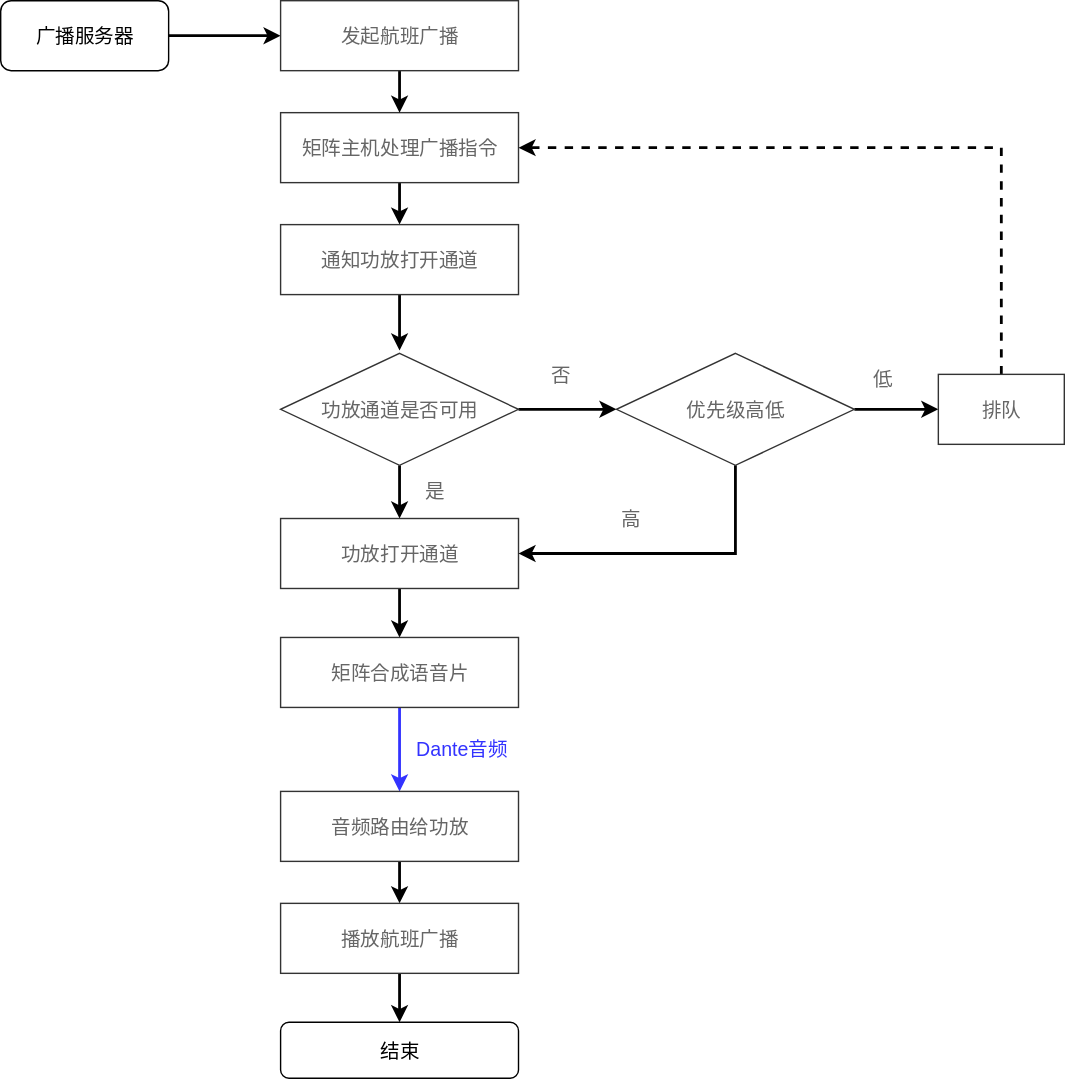
lisanpeng/draw keeps this draw.io diagram as 航班广播.svg. Above is the earlier version. Source tidied: cells renumbered, new cells last; positions are measured from the earlier drawing's top-left corner, leaving out a move shared by most shapes.
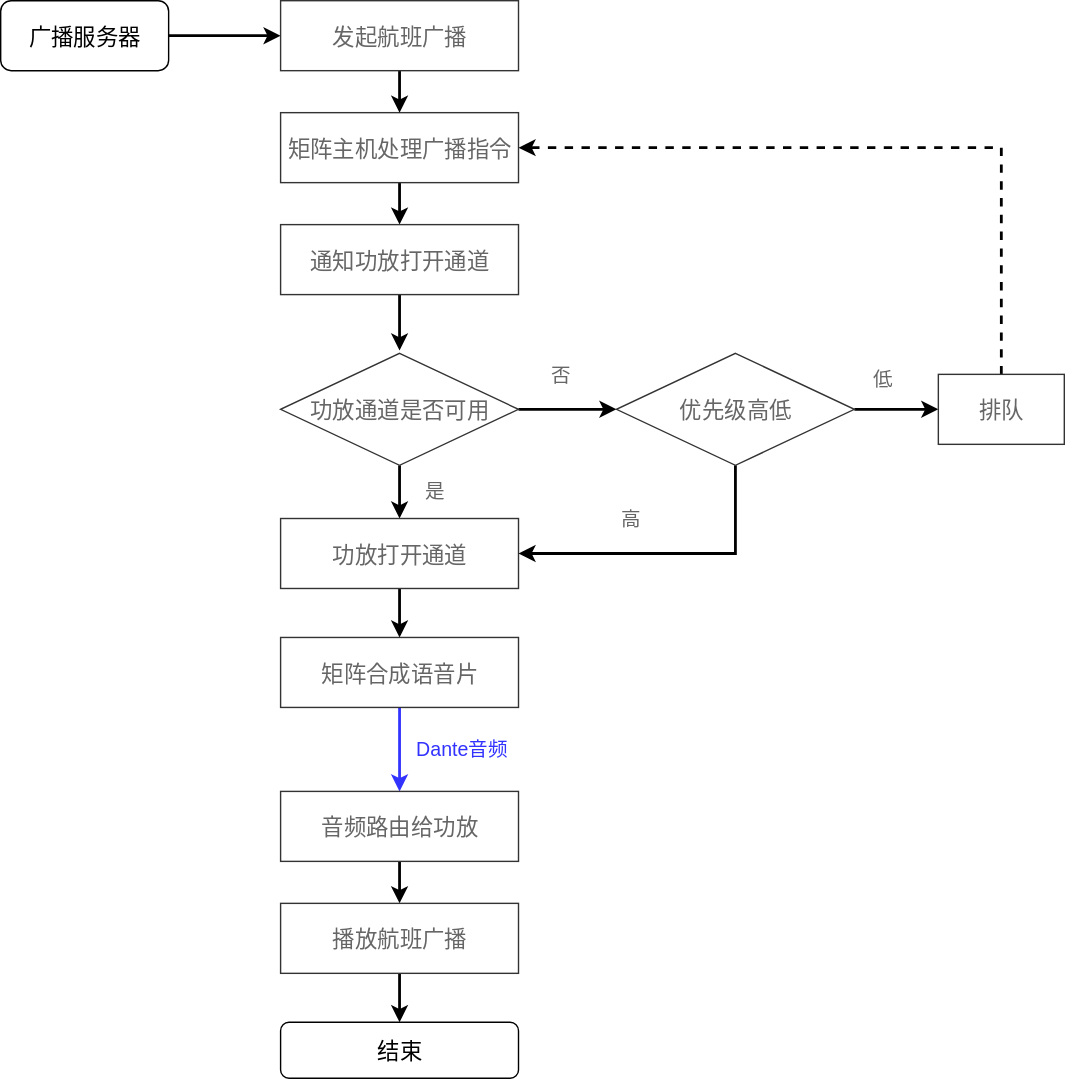
Above is the later version.

What changed in the source:
```diff
@@ -5,13 +5,13 @@
     <mxCell id="2" style="edgeStyle=orthogonalEdgeStyle;rounded=0;html=1;exitX=1;exitY=0.5;entryX=0;entryY=0.5;jettySize=auto;strokeColor=#000000;strokeWidth=2;fontFamily=Helvetica;fontSize=14;fontColor=#000000;" parent="1" edge="1" source="3" target="26">
       <mxGeometry relative="1" as="geometry" />
     </mxCell>
-    <mxCell id="3" value="广播服务器" style="rounded=1;whiteSpace=wrap;html=1;shadow=0;labelBackgroundColor=none;strokeColor=#000000;strokeWidth=1;fillColor=#ffffff;fontFamily=Helvetica;fontSize=14;fontColor=#000000;align=center;" parent="1" vertex="1">
+    <mxCell id="3" value="广播服务器" style="rounded=1;whiteSpace=wrap;html=1;shadow=0;labelBackgroundColor=none;strokeColor=#000000;strokeWidth=1;fillColor=#ffffff;fontFamily=Helvetica;fontSize=16;fontColor=#000000;align=center;" parent="1" vertex="1">
       <mxGeometry width="120" height="50" as="geometry" />
     </mxCell>
     <mxCell id="4" style="edgeStyle=orthogonalEdgeStyle;rounded=0;html=1;exitX=0.5;exitY=1;entryX=0.5;entryY=0;jettySize=auto;strokeColor=#000000;strokeWidth=2;fontFamily=Helvetica;fontSize=14;fontColor=#000000;" parent="1" edge="1" source="5" target="27">
       <mxGeometry relative="1" as="geometry" />
     </mxCell>
-    <mxCell id="5" value="矩阵主机处理广播指令" style="rounded=0;whiteSpace=wrap;html=1;strokeColor=#333333;strokeWidth=1;gradientColor=none;fontSize=14;fontColor=#666666;" parent="1" vertex="1">
+    <mxCell id="5" value="矩阵主机处理广播指令" style="rounded=0;whiteSpace=wrap;html=1;strokeColor=#333333;strokeWidth=1;gradientColor=none;fontSize=16;fontColor=#666666;" parent="1" vertex="1">
       <mxGeometry x="200" y="80" width="170" height="50" as="geometry" />
     </mxCell>
     <mxCell id="6" style="edgeStyle=orthogonalEdgeStyle;rounded=0;html=1;exitX=0.5;exitY=1;jettySize=auto;orthogonalLoop=1;strokeWidth=2;fontSize=14;fontColor=#666666;" parent="1" edge="1">
@@ -20,7 +20,7 @@
         <mxPoint x="285" y="250" as="targetPoint" />
       </mxGeometry>
     </mxCell>
-    <mxCell id="7" value="结束" style="rounded=1;whiteSpace=wrap;html=1;shadow=0;labelBackgroundColor=none;strokeColor=#000000;strokeWidth=1;fillColor=#ffffff;fontFamily=Helvetica;fontSize=14;fontColor=#000000;align=center;" parent="1" vertex="1">
+    <mxCell id="7" value="结束" style="rounded=1;whiteSpace=wrap;html=1;shadow=0;labelBackgroundColor=none;strokeColor=#000000;strokeWidth=1;fillColor=#ffffff;fontFamily=Helvetica;fontSize=16;fontColor=#000000;align=center;" parent="1" vertex="1">
       <mxGeometry x="200" y="730" width="170" height="40" as="geometry" />
     </mxCell>
     <mxCell id="8" style="edgeStyle=orthogonalEdgeStyle;rounded=0;html=1;exitX=1;exitY=0.5;jettySize=auto;strokeWidth=2;fontSize=14;fontColor=#666666;" parent="1" edge="1" source="10">
@@ -31,13 +31,13 @@
     <mxCell id="9" style="edgeStyle=orthogonalEdgeStyle;rounded=0;html=1;exitX=0.5;exitY=1;entryX=0.5;entryY=0;jettySize=auto;strokeWidth=2;fontFamily=Helvetica;fontSize=14;fontColor=#666666;" parent="1" edge="1" source="10" target="12">
       <mxGeometry relative="1" as="geometry" />
     </mxCell>
-    <mxCell id="10" value="功放通道是否可用" style="rhombus;whiteSpace=wrap;html=1;strokeColor=#333333;strokeWidth=1;gradientColor=none;fontSize=14;fontColor=#666666;" parent="1" vertex="1">
+    <mxCell id="10" value="功放通道是否可用" style="rhombus;whiteSpace=wrap;html=1;strokeColor=#333333;strokeWidth=1;gradientColor=none;fontSize=16;fontColor=#666666;" parent="1" vertex="1">
       <mxGeometry x="200" y="252" width="170" height="80" as="geometry" />
     </mxCell>
     <mxCell id="11" style="edgeStyle=orthogonalEdgeStyle;rounded=0;html=1;exitX=0.5;exitY=1;entryX=0.5;entryY=0;jettySize=auto;strokeWidth=2;fontFamily=Helvetica;fontSize=14;fontColor=#666666;" parent="1" edge="1" source="12" target="20">
       <mxGeometry relative="1" as="geometry" />
     </mxCell>
-    <mxCell id="12" value="功放打开通道" style="rounded=0;whiteSpace=wrap;html=1;strokeColor=#333333;strokeWidth=1;gradientColor=none;fontSize=14;fontColor=#666666;" parent="1" vertex="1">
+    <mxCell id="12" value="功放打开通道" style="rounded=0;whiteSpace=wrap;html=1;strokeColor=#333333;strokeWidth=1;gradientColor=none;fontSize=16;fontColor=#666666;" parent="1" vertex="1">
       <mxGeometry x="200" y="370" width="170" height="50" as="geometry" />
     </mxCell>
     <mxCell id="13" value="是" style="text;html=1;strokeColor=none;fillColor=none;align=center;verticalAlign=middle;whiteSpace=wrap;rounded=0;fontFamily=Helvetica;fontSize=14;fontColor=#666666;" parent="1" vertex="1">
@@ -54,7 +54,7 @@
         <mxPoint x="670" y="292" as="targetPoint" />
       </mxGeometry>
     </mxCell>
-    <mxCell id="17" value="优先级高低" style="rhombus;whiteSpace=wrap;html=1;strokeColor=#333333;strokeWidth=1;gradientColor=none;fontSize=14;fontColor=#666666;" parent="1" vertex="1">
+    <mxCell id="17" value="优先级高低" style="rhombus;whiteSpace=wrap;html=1;strokeColor=#333333;strokeWidth=1;gradientColor=none;fontSize=16;fontColor=#666666;" parent="1" vertex="1">
       <mxGeometry x="440" y="252" width="170" height="80" as="geometry" />
     </mxCell>
     <mxCell id="18" style="edgeStyle=orthogonalEdgeStyle;rounded=0;html=1;entryX=0.5;entryY=0;jettySize=auto;strokeWidth=2;fontFamily=Helvetica;fontSize=14;fontColor=#666666;exitX=0.5;exitY=1;" parent="1" edge="1" source="30" target="7">
@@ -63,7 +63,7 @@
     <mxCell id="19" style="edgeStyle=orthogonalEdgeStyle;rounded=0;html=1;exitX=0.5;exitY=1;entryX=0.5;entryY=0;jettySize=auto;strokeColor=#3333FF;strokeWidth=2;fontFamily=Helvetica;fontSize=14;fontColor=#000000;" parent="1" edge="1" source="20" target="29">
       <mxGeometry relative="1" as="geometry" />
     </mxCell>
-    <mxCell id="20" value="矩阵合成语音片" style="rounded=0;whiteSpace=wrap;html=1;strokeColor=#333333;strokeWidth=1;gradientColor=none;fontSize=14;fontColor=#666666;" parent="1" vertex="1">
+    <mxCell id="20" value="矩阵合成语音片" style="rounded=0;whiteSpace=wrap;html=1;strokeColor=#333333;strokeWidth=1;gradientColor=none;fontSize=16;fontColor=#666666;" parent="1" vertex="1">
       <mxGeometry x="200" y="455" width="170" height="50" as="geometry" />
     </mxCell>
     <mxCell id="21" value="高" style="text;html=1;strokeColor=none;fillColor=none;align=center;verticalAlign=middle;whiteSpace=wrap;rounded=0;fontFamily=Helvetica;fontSize=14;fontColor=#666666;" parent="1" vertex="1">
@@ -75,25 +75,25 @@
     <mxCell id="23" style="edgeStyle=orthogonalEdgeStyle;rounded=0;html=1;exitX=0.5;exitY=0;entryX=1;entryY=0.5;dashed=1;jettySize=auto;strokeColor=#000000;strokeWidth=2;fontFamily=Helvetica;fontSize=14;fontColor=#000000;" parent="1" edge="1" source="24" target="5">
       <mxGeometry relative="1" as="geometry" />
     </mxCell>
-    <mxCell id="24" value="排队" style="rounded=0;whiteSpace=wrap;html=1;strokeColor=#333333;strokeWidth=1;gradientColor=none;fontSize=14;fontColor=#666666;" parent="1" vertex="1">
+    <mxCell id="24" value="排队" style="rounded=0;whiteSpace=wrap;html=1;strokeColor=#333333;strokeWidth=1;gradientColor=none;fontSize=16;fontColor=#666666;" parent="1" vertex="1">
       <mxGeometry x="670" y="267" width="90" height="50" as="geometry" />
     </mxCell>
     <mxCell id="25" style="edgeStyle=orthogonalEdgeStyle;rounded=0;html=1;exitX=0.5;exitY=1;entryX=0.5;entryY=0;jettySize=auto;strokeColor=#000000;strokeWidth=2;fontFamily=Helvetica;fontSize=14;fontColor=#000000;" parent="1" edge="1" source="26" target="5">
       <mxGeometry relative="1" as="geometry" />
     </mxCell>
-    <mxCell id="26" value="发起航班广播" style="rounded=0;whiteSpace=wrap;html=1;strokeColor=#333333;strokeWidth=1;gradientColor=none;fontSize=14;fontColor=#666666;" parent="1" vertex="1">
+    <mxCell id="26" value="发起航班广播" style="rounded=0;whiteSpace=wrap;html=1;strokeColor=#333333;strokeWidth=1;gradientColor=none;fontSize=16;fontColor=#666666;" parent="1" vertex="1">
       <mxGeometry x="200" width="170" height="50" as="geometry" />
     </mxCell>
-    <mxCell id="27" value="通知功放打开通道" style="rounded=0;whiteSpace=wrap;html=1;strokeColor=#333333;strokeWidth=1;gradientColor=none;fontSize=14;fontColor=#666666;" parent="1" vertex="1">
+    <mxCell id="27" value="通知功放打开通道" style="rounded=0;whiteSpace=wrap;html=1;strokeColor=#333333;strokeWidth=1;gradientColor=none;fontSize=16;fontColor=#666666;" parent="1" vertex="1">
       <mxGeometry x="200" y="160" width="170" height="50" as="geometry" />
     </mxCell>
     <mxCell id="28" style="edgeStyle=orthogonalEdgeStyle;rounded=0;html=1;exitX=0.5;exitY=1;entryX=0.5;entryY=0;jettySize=auto;strokeColor=#000000;strokeWidth=2;fontFamily=Helvetica;fontSize=14;fontColor=#000000;" parent="1" edge="1" source="29" target="30">
       <mxGeometry relative="1" as="geometry" />
     </mxCell>
-    <mxCell id="29" value="音频路由给功放" style="rounded=0;whiteSpace=wrap;html=1;strokeColor=#333333;strokeWidth=1;gradientColor=none;fontSize=14;fontColor=#666666;" parent="1" vertex="1">
+    <mxCell id="29" value="音频路由给功放" style="rounded=0;whiteSpace=wrap;html=1;strokeColor=#333333;strokeWidth=1;gradientColor=none;fontSize=16;fontColor=#666666;" parent="1" vertex="1">
       <mxGeometry x="200" y="565" width="170" height="50" as="geometry" />
     </mxCell>
-    <mxCell id="30" value="播放航班广播" style="rounded=0;whiteSpace=wrap;html=1;strokeColor=#333333;strokeWidth=1;gradientColor=none;fontSize=14;fontColor=#666666;" parent="1" vertex="1">
+    <mxCell id="30" value="播放航班广播" style="rounded=0;whiteSpace=wrap;html=1;strokeColor=#333333;strokeWidth=1;gradientColor=none;fontSize=16;fontColor=#666666;" parent="1" vertex="1">
       <mxGeometry x="200" y="645" width="170" height="50" as="geometry" />
     </mxCell>
     <mxCell id="31" value="Dante音频" style="text;html=1;strokeColor=none;fillColor=none;align=center;verticalAlign=middle;whiteSpace=wrap;rounded=0;dashed=1;fontFamily=Helvetica;fontSize=14;fontColor=#3333FF;" parent="1" vertex="1">
```
